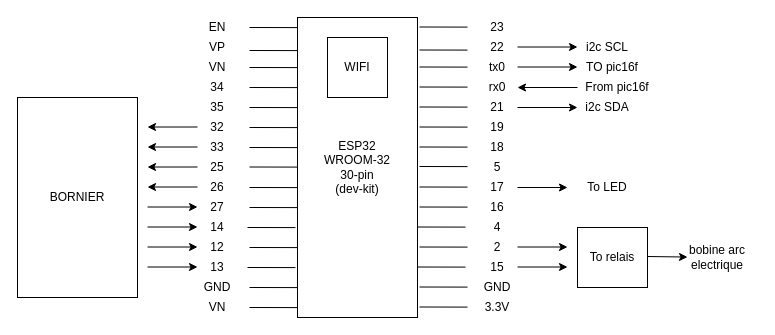
Above: es32 PIN.drawio in micky008/boumb-esp32 (draw.io), before the change. Source tidied: cells renumbered, new cells numbered last; positions are measured from the earlier drawing's top-left corner, leaving out a move shared by most shapes. Both pictures are drawn from the tidied source at 100%, with x=0, y=0 at pixel (17, 17).
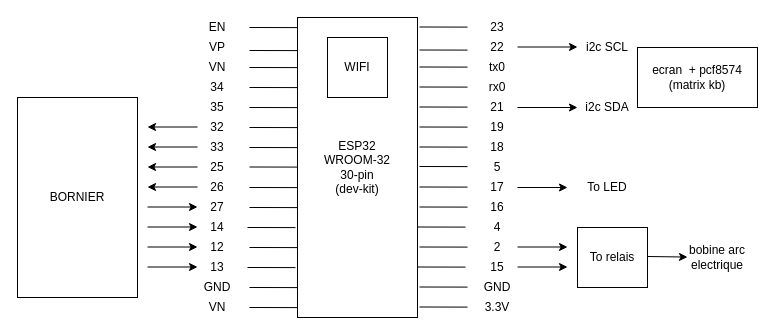
Above is the later version.

The edit, as a diff of the source:
```diff
@@
-    <mxCell id="68" style="endArrow=none;html=1;startArrow=classic;startFill=1;endFill=0;" parent="1" edge="1">
-      <mxGeometry relative="1" as="geometry">
-        <mxPoint x="500" y="70" as="sourcePoint" />
-        <mxPoint x="560" y="70" as="targetPoint" />
-      </mxGeometry>
-    </mxCell>
-    <mxCell id="69" value="From pic16f" style="text;html=1;strokeColor=none;fillColor=none;align=center;verticalAlign=middle;whiteSpace=wrap;rounded=0;" parent="1" vertex="1">
-      <mxGeometry x="560" y="60" width="80" height="20" as="geometry" />
-    </mxCell>
@@
-    <mxCell id="86" style="endArrow=classic;html=1;" parent="1" edge="1">
-      <mxGeometry relative="1" as="geometry">
-        <mxPoint x="500" y="49.5" as="sourcePoint" />
-        <mxPoint x="560" y="49.5" as="targetPoint" />
-      </mxGeometry>
-    </mxCell>
-    <mxCell id="87" value="TO pic16f" style="text;html=1;strokeColor=none;fillColor=none;align=center;verticalAlign=middle;whiteSpace=wrap;rounded=0;" parent="1" vertex="1">
-      <mxGeometry x="555" y="40" width="80" height="20" as="geometry" />
+    <mxCell id="87" value="ecran&amp;nbsp; +&amp;nbsp;pcf8574 (matrix kb)" style="rounded=0;whiteSpace=wrap;html=1;" parent="1" vertex="1">
+      <mxGeometry x="620" y="30" width="120" height="60" as="geometry" />
     </mxCell>
```
